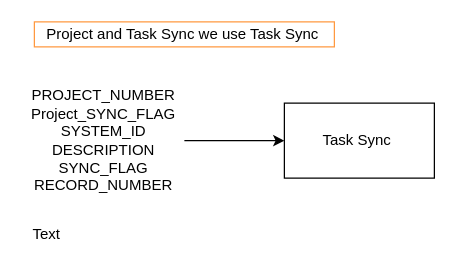
Above: Task Sync Tadk.drawio in aliorangi/BGIS (draw.io), before the change. Source tidied: cells renumbered, new cells numbered last; positions are measured from the earlier drawing's top-left corner, leaving out a move shared by most shapes. Both pictures are drawn from the tidied source at 125%, with x=0, y=0 at pixel (21, 21).
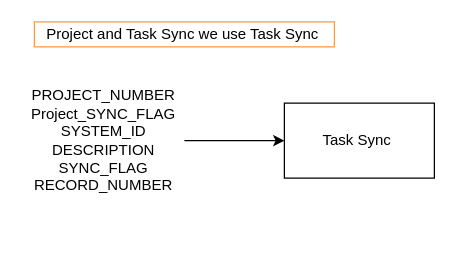
Above is the later version.

Diff of the diagram source:
```diff
@@
 <mxGraphModel>
   <root>
     <mxCell id="0" />
     <mxCell id="1" parent="0" />
     <mxCell id="2" value="Project and Task Sync we use Task Sync&amp;nbsp;" style="text;html=1;align=center;verticalAlign=middle;strokeColor=#FF9940;" parent="1" vertex="1">
       <mxGeometry x="10" width="240" height="20" as="geometry" />
     </mxCell>
     <mxCell id="3" style="edgeStyle=orthogonalEdgeStyle;rounded=0;jettySize=auto;html=1;" parent="1" edge="1" source="4">
       <mxGeometry relative="1" as="geometry">
         <mxPoint x="210" y="95" as="targetPoint" />
       </mxGeometry>
     </mxCell>
     <mxCell id="4" value="&lt;div&gt;PROJECT_NUMBER&lt;/div&gt;&lt;div&gt;Project_SYNC_FLAG&lt;/div&gt;&lt;div&gt;SYSTEM_ID&lt;/div&gt;&lt;div&gt;DESCRIPTION&lt;/div&gt;&lt;div&gt;SYNC_FLAG&lt;/div&gt;&lt;div&gt;RECORD_NUMBER&lt;/div&gt;" style="text;html=1;align=center;verticalAlign=middle;points=[];" parent="1" vertex="1">
       <mxGeometry y="50" width="130" height="90" as="geometry" />
     </mxCell>
     <mxCell id="5" value="Task Sync&amp;nbsp;" style="rounded=0;whiteSpace=wrap;html=1;" parent="1" vertex="1">
       <mxGeometry x="210" y="65" width="120" height="60" as="geometry" />
     </mxCell>
-    <mxCell id="6" value="Text" style="text;html=1;strokeColor=none;fillColor=none;align=center;verticalAlign=middle;whiteSpace=wrap;rounded=0;" parent="1" vertex="1">
-      <mxGeometry y="160" width="40" height="20" as="geometry" />
-    </mxCell>
   </root>
 </mxGraphModel>
```
